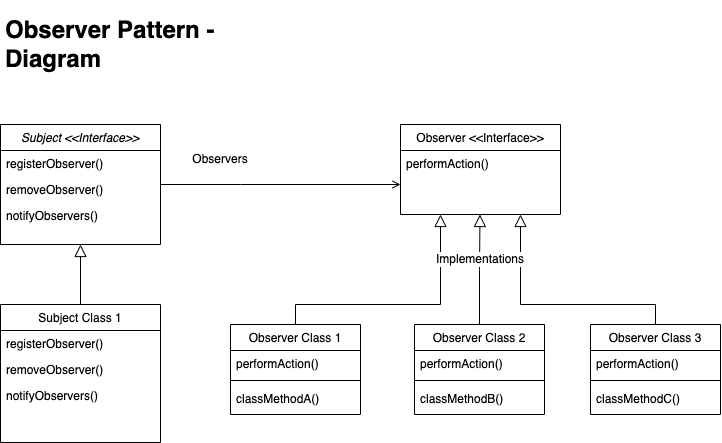
Sixuan/design-pattern-oop keeps this draw.io diagram as observer-pattern/observer-pattern-diagram.png. Above is the earlier version. Source tidied: cells renumbered, new cells last; positions are measured from the earlier drawing's top-left corner, leaving out a move shared by most shapes.
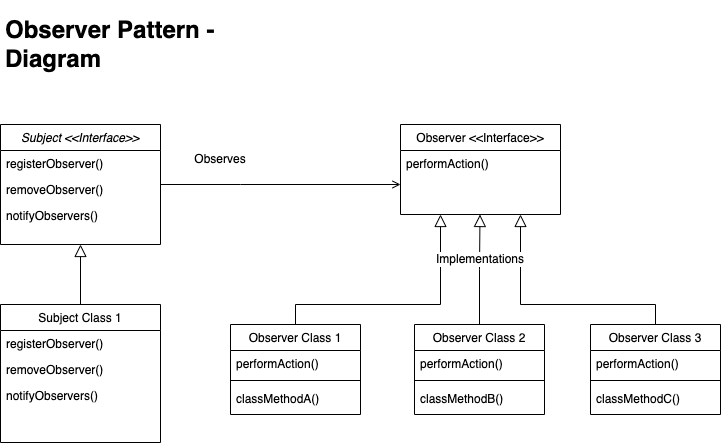
Later version of the same file.

Change to the diagram source:
```diff
@@ -47,7 +47,7 @@
         <mxPoint x="-40" y="32" as="offset" />
       </mxGeometry>
     </mxCell>
-    <mxCell id="14" value="Observers" style="text;html=1;strokeColor=none;fillColor=none;align=center;verticalAlign=middle;whiteSpace=wrap;rounded=0;" parent="1" vertex="1">
+    <mxCell id="14" value="Observes" style="text;html=1;strokeColor=none;fillColor=none;align=center;verticalAlign=middle;whiteSpace=wrap;rounded=0;" parent="1" vertex="1">
       <mxGeometry x="190" y="134" width="60" height="30" as="geometry" />
     </mxCell>
     <mxCell id="15" value="Observer Class 1" style="swimlane;fontStyle=0;align=center;verticalAlign=top;horizontal=1;startSize=26;rounded=0;shadow=0;strokeWidth=1;" parent="1" vertex="1">
```
